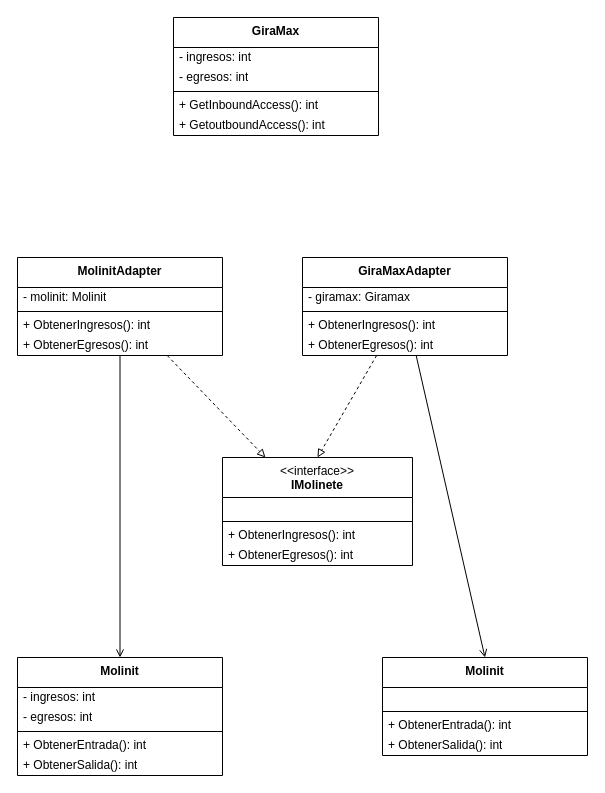
Before: src/Guia01/EJ24/EJ24.dio in gastonjavierricchiardi/ejercicios-csharp-utn-2026, a draw.io diagram. Source tidied: cells renumbered, new cells numbered last; positions are measured from the earlier drawing's top-left corner, leaving out a move shared by most shapes. Both pictures are drawn from the tidied source at 100%, with x=0, y=0 at pixel (17, 17).
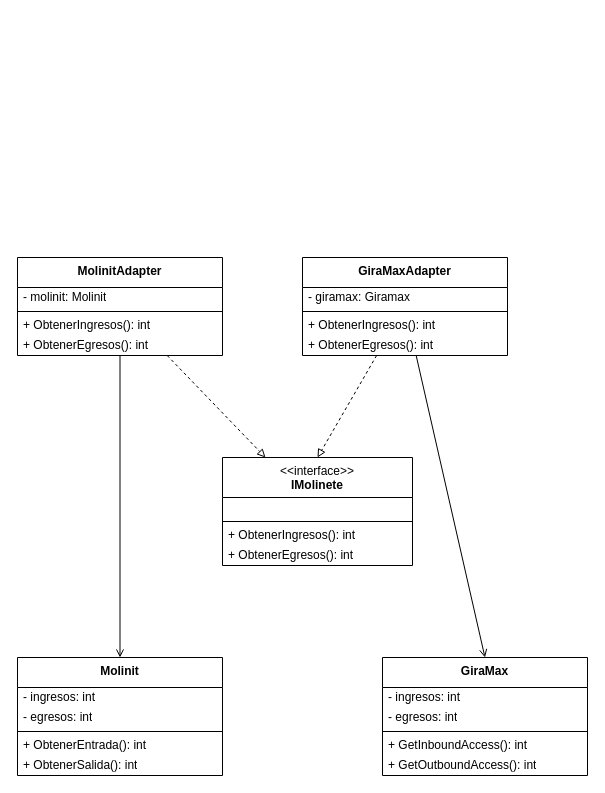
The same page after the edit.

Diff of the diagram source:
```diff
@@
-    <mxCell id="27" value="&lt;b&gt;Molinit&lt;/b&gt;" style="swimlane;fontStyle=0;align=center;verticalAlign=top;horizontal=1;startSize=30;html=1;whiteSpace=wrap;" parent="1" vertex="1">
-      <mxGeometry x="365" y="640" width="205" height="98" as="geometry" />
+    <mxCell id="27" value="&lt;b&gt;GiraMax&lt;/b&gt;" style="swimlane;fontStyle=0;align=center;verticalAlign=top;horizontal=1;startSize=30;html=1;whiteSpace=wrap;" parent="1" vertex="1">
+      <mxGeometry x="365" y="640" width="205" height="118" as="geometry" />
     </mxCell>
-    <mxCell id="28" value="&amp;nbsp;" style="text;html=1;strokeColor=none;fillColor=none;align=left;verticalAlign=middle;spacingLeft=4;spacingRight=4;overflow=hidden;whiteSpace=wrap;" parent="27" vertex="1">
-      <mxGeometry y="30" width="205" height="20" as="geometry" />
-    </mxCell>
+    <mxCell id="33" value="- ingresos: int" style="text;html=1;strokeColor=none;fillColor=none;align=left;verticalAlign=middle;spacingLeft=4;spacingRight=4;overflow=hidden;whiteSpace=wrap;" parent="27" vertex="1">
+      <mxGeometry y="30" width="205" height="20" as="geometry" />
+    </mxCell>
+    <mxCell id="34" value="- egresos: int" style="text;html=1;strokeColor=none;fillColor=none;align=left;verticalAlign=middle;spacingLeft=4;spacingRight=4;overflow=hidden;whiteSpace=wrap;" parent="27" vertex="1">
+      <mxGeometry y="50" width="205" height="20" as="geometry" />
+    </mxCell>
     <mxCell id="29" style="line;strokeWidth=1;fillColor=none;align=left;verticalAlign=middle;spacingTop=-1;spacingLeft=3;spacingRight=3;labelPosition=right;" parent="27" vertex="1">
-      <mxGeometry y="50" width="205" height="8" as="geometry" />
+      <mxGeometry y="70" width="205" height="8" as="geometry" />
     </mxCell>
-    <mxCell id="30" value="+ ObtenerEntrada(): int" style="text;html=1;strokeColor=none;fillColor=none;align=left;verticalAlign=middle;spacingLeft=4;spacingRight=4;overflow=hidden;whiteSpace=wrap;" parent="27" vertex="1">
-      <mxGeometry y="58" width="205" height="20" as="geometry" />
+    <mxCell id="30" value="+ GetInboundAccess(): int" style="text;html=1;strokeColor=none;fillColor=none;align=left;verticalAlign=middle;spacingLeft=4;spacingRight=4;overflow=hidden;whiteSpace=wrap;" parent="27" vertex="1">
+      <mxGeometry y="78" width="205" height="20" as="geometry" />
     </mxCell>
-    <mxCell id="31" value="+ ObtenerSalida(): int" style="text;html=1;strokeColor=none;fillColor=none;align=left;verticalAlign=middle;spacingLeft=4;spacingRight=4;overflow=hidden;whiteSpace=wrap;" parent="27" vertex="1">
-      <mxGeometry y="78" width="205" height="20" as="geometry" />
+    <mxCell id="31" value="+ GetOutboundAccess(): int" style="text;html=1;strokeColor=none;fillColor=none;align=left;verticalAlign=middle;spacingLeft=4;spacingRight=4;overflow=hidden;whiteSpace=wrap;" parent="27" vertex="1">
+      <mxGeometry y="98" width="205" height="20" as="geometry" />
     </mxCell>
-    <mxCell id="32" value="&lt;b&gt;GiraMax&lt;/b&gt;" style="swimlane;fontStyle=0;align=center;verticalAlign=top;horizontal=1;startSize=30;html=1;whiteSpace=wrap;" parent="1" vertex="1">
-      <mxGeometry x="156" width="205" height="118" as="geometry" />
-    </mxCell>
-    <mxCell id="33" value="- ingresos: int" style="text;html=1;strokeColor=none;fillColor=none;align=left;verticalAlign=middle;spacingLeft=4;spacingRight=4;overflow=hidden;whiteSpace=wrap;" parent="32" vertex="1">
-      <mxGeometry y="30" width="205" height="20" as="geometry" />
-    </mxCell>
-    <mxCell id="34" value="- egresos: int" style="text;html=1;strokeColor=none;fillColor=none;align=left;verticalAlign=middle;spacingLeft=4;spacingRight=4;overflow=hidden;whiteSpace=wrap;" parent="32" vertex="1">
-      <mxGeometry y="50" width="205" height="20" as="geometry" />
-    </mxCell>
-    <mxCell id="35" style="line;strokeWidth=1;fillColor=none;align=left;verticalAlign=middle;spacingTop=-1;spacingLeft=3;spacingRight=3;labelPosition=right;" parent="32" vertex="1">
-      <mxGeometry y="70" width="205" height="8" as="geometry" />
-    </mxCell>
-    <mxCell id="36" value="+ GetInboundAccess(): int" style="text;html=1;strokeColor=none;fillColor=none;align=left;verticalAlign=middle;spacingLeft=4;spacingRight=4;overflow=hidden;whiteSpace=wrap;" parent="32" vertex="1">
-      <mxGeometry y="78" width="205" height="20" as="geometry" />
-    </mxCell>
-    <mxCell id="37" value="+ GetoutboundAccess(): int" style="text;html=1;strokeColor=none;fillColor=none;align=left;verticalAlign=middle;spacingLeft=4;spacingRight=4;overflow=hidden;whiteSpace=wrap;" parent="32" vertex="1">
-      <mxGeometry y="98" width="205" height="20" as="geometry" />
-    </mxCell>
```
